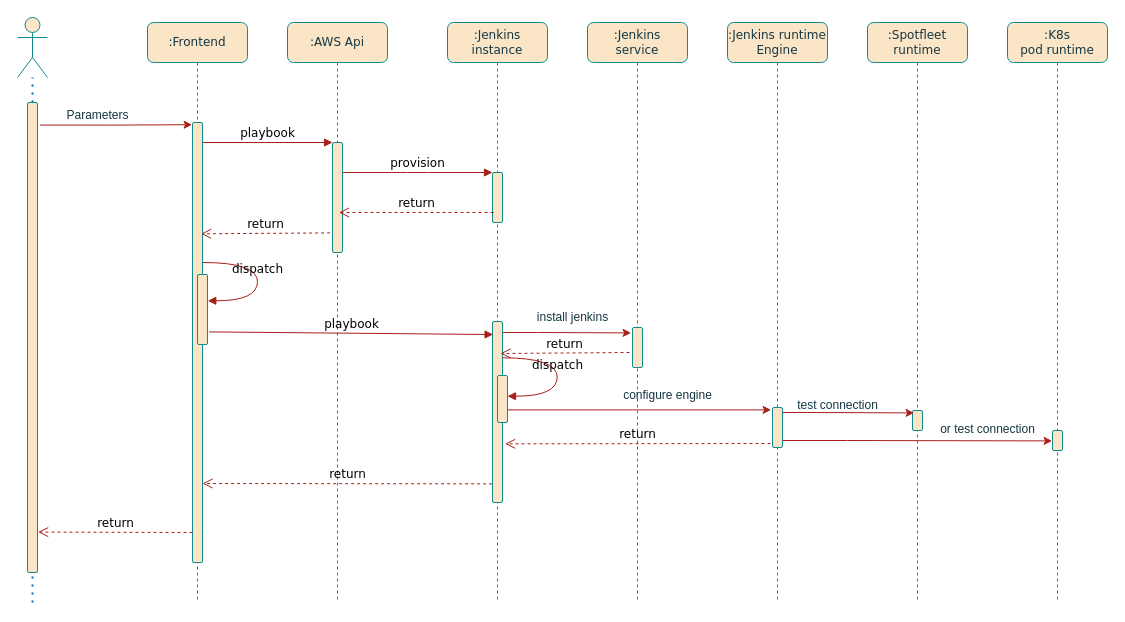
Above: jenkins_master_create.drawio in jiangtao7/draw.io (draw.io), before the change. Source tidied: cells renumbered, new cells numbered last; positions are measured from the earlier drawing's top-left corner, leaving out a move shared by most shapes. Both pictures are drawn from the tidied source at 100%, with x=0, y=0 at pixel (17, 17).
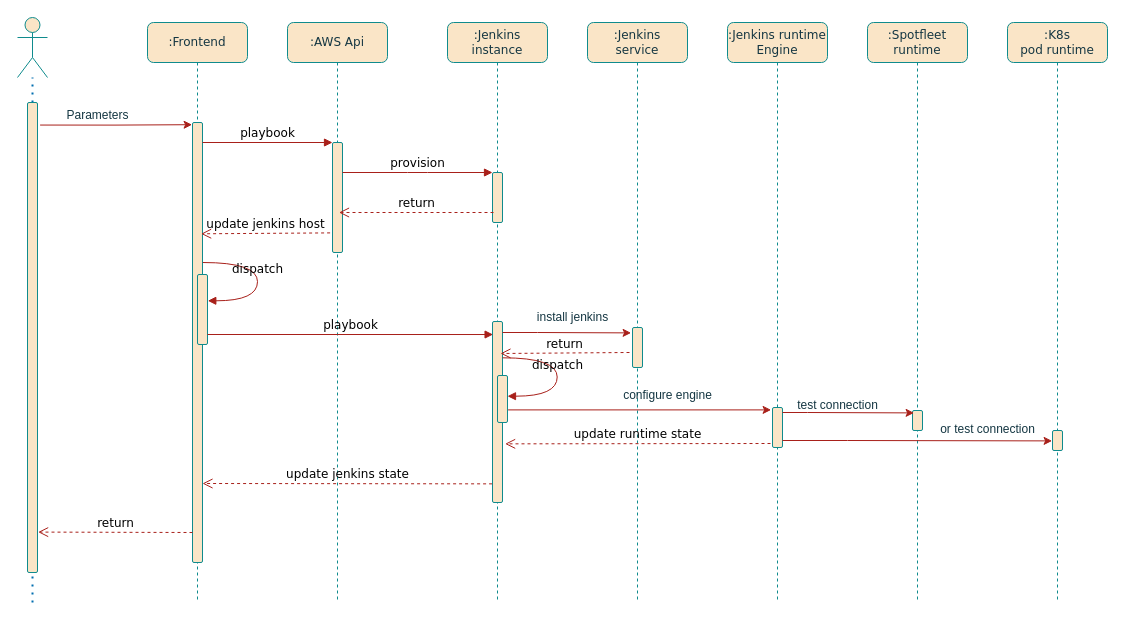
Above is the later version.

The change refers to these unchanged cells:
```xml
<mxCell id="6" style="html=1;points=[];perimeter=orthogonalPerimeter;rounded=1;shadow=0;comic=0;labelBackgroundColor=none;strokeWidth=1;fontFamily=Verdana;fontSize=12;align=center;fillColor=#FAE5C7;strokeColor=#0F8B8D;fontColor=#143642;" parent="4" vertex="1">
  <mxGeometry x="45" y="299" width="10" height="181" as="geometry" />
</mxCell>
<mxCell id="12" value=":Jenkins runtime Engine" style="shape=umlLifeline;perimeter=lifelinePerimeter;whiteSpace=wrap;html=1;rounded=1;shadow=0;comic=0;labelBackgroundColor=none;strokeWidth=1;fontFamily=Verdana;fontSize=12;align=center;fillColor=#FAE5C7;strokeColor=#0F8B8D;fontColor=#143642;" parent="1" vertex="1">
  <mxGeometry x="710" y="5" width="100" height="580" as="geometry" />
</mxCell>
<mxCell id="20" style="html=1;points=[];perimeter=orthogonalPerimeter;rounded=1;shadow=0;comic=0;labelBackgroundColor=none;strokeWidth=1;fontFamily=Verdana;fontSize=12;align=center;fillColor=#FAE5C7;strokeColor=#0F8B8D;fontColor=#143642;" parent="19" vertex="1">
  <mxGeometry x="45" y="100" width="10" height="440" as="geometry" />
</mxCell>
<mxCell id="21" style="html=1;points=[];perimeter=orthogonalPerimeter;rounded=1;shadow=0;comic=0;labelBackgroundColor=none;strokeWidth=1;fontFamily=Verdana;fontSize=12;align=center;fillColor=#FAE5C7;strokeColor=#0F8B8D;fontColor=#143642;" parent="19" vertex="1">
  <mxGeometry x="50" y="252" width="10" height="70" as="geometry" />
</mxCell>
```

What changed in the source:
```diff
@@
-    <mxCell id="14" value="return" style="html=1;verticalAlign=bottom;endArrow=open;dashed=1;endSize=8;exitX=-0.24;exitY=0.722;labelBackgroundColor=none;fontFamily=Verdana;fontSize=12;strokeColor=#A8201A;fontColor=default;exitDx=0;exitDy=0;exitPerimeter=0;entryX=1.26;entryY=0.676;entryDx=0;entryDy=0;entryPerimeter=0;" parent="12" edge="1" target="6">
+    <mxCell id="14" value="update runtime state" style="html=1;verticalAlign=bottom;endArrow=open;dashed=1;endSize=8;exitX=-0.24;exitY=0.722;labelBackgroundColor=none;fontFamily=Verdana;fontSize=12;strokeColor=#A8201A;fontColor=default;exitDx=0;exitDy=0;exitPerimeter=0;entryX=1.26;entryY=0.676;entryDx=0;entryDy=0;entryPerimeter=0;" parent="12" edge="1" target="6">
       <mxGeometry relative="1" as="geometry">
         <mxPoint x="43" y="421" as="sourcePoint" />
       </mxGeometry>
     </mxCell>
@@
-    <mxCell id="23" value="return" style="html=1;verticalAlign=bottom;endArrow=open;dashed=1;endSize=8;labelBackgroundColor=none;fontFamily=Verdana;fontSize=12;edgeStyle=elbowEdgeStyle;elbow=vertical;strokeColor=#A8201A;fontColor=default;exitX=-0.04;exitY=0.897;exitDx=0;exitDy=0;exitPerimeter=0;" parent="1" edge="1" source="6" target="20">
+    <mxCell id="23" value="update jenkins state" style="html=1;verticalAlign=bottom;endArrow=open;dashed=1;endSize=8;labelBackgroundColor=none;fontFamily=Verdana;fontSize=12;edgeStyle=elbowEdgeStyle;elbow=vertical;strokeColor=#A8201A;fontColor=default;exitX=-0.04;exitY=0.897;exitDx=0;exitDy=0;exitPerimeter=0;" parent="1" edge="1" source="6" target="20">
       <mxGeometry relative="1" as="geometry">
         <Array as="points">
           <mxPoint x="390" y="466" />
         </Array>
       </mxGeometry>
     </mxCell>
@@
-    <mxCell id="32" value="return" style="html=1;verticalAlign=bottom;endArrow=open;dashed=1;endSize=8;exitX=-0.24;exitY=0.722;labelBackgroundColor=none;fontFamily=Verdana;fontSize=12;strokeColor=#A8201A;fontColor=default;exitDx=0;exitDy=0;exitPerimeter=0;entryX=0.86;entryY=0.228;entryDx=0;entryDy=0;entryPerimeter=0;" parent="1" edge="1">
+    <mxCell id="32" value="update jenkins host" style="html=1;verticalAlign=bottom;endArrow=open;dashed=1;endSize=8;exitX=-0.24;exitY=0.722;labelBackgroundColor=none;fontFamily=Verdana;fontSize=12;strokeColor=#A8201A;fontColor=default;exitDx=0;exitDy=0;exitPerimeter=0;entryX=0.86;entryY=0.228;entryDx=0;entryDy=0;entryPerimeter=0;" parent="1" edge="1">
       <mxGeometry relative="1" as="geometry">
         <mxPoint x="312.6" y="215.4" as="sourcePoint" />
         <mxPoint x="183.6" y="216.3" as="targetPoint" />
       </mxGeometry>
     </mxCell>
@@
-    <mxCell id="35" value="playbook" style="html=1;verticalAlign=bottom;endArrow=block;entryX=0.06;entryY=0.072;labelBackgroundColor=none;fontFamily=Verdana;fontSize=12;strokeColor=#A8201A;fontColor=default;entryDx=0;entryDy=0;entryPerimeter=0;exitX=1.16;exitY=0.82;exitDx=0;exitDy=0;exitPerimeter=0;" parent="1" edge="1" source="21" target="6">
-      <mxGeometry relative="1" as="geometry" />
+    <mxCell id="35" value="playbook" style="html=1;verticalAlign=bottom;endArrow=block;entryX=0.06;entryY=0.072;labelBackgroundColor=none;fontFamily=Verdana;fontSize=12;strokeColor=#A8201A;fontColor=default;entryDx=0;entryDy=0;entryPerimeter=0;" parent="1" edge="1" target="6">
+      <mxGeometry relative="1" as="geometry">
+        <mxPoint x="190" y="317" as="sourcePoint" />
+      </mxGeometry>
     </mxCell>
```
